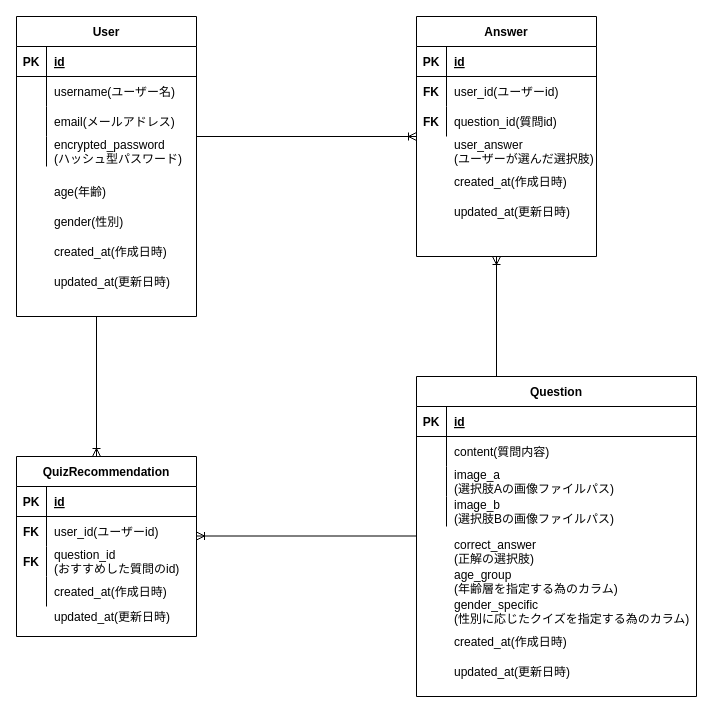
Before: ER図(本リリース版).drawio in jannah-n/graduation_exam, a draw.io diagram. Source tidied: cells renumbered, new cells numbered last; positions are measured from the earlier drawing's top-left corner, leaving out a move shared by most shapes. Both pictures are drawn from the tidied source at 100%, with x=0, y=0 at pixel (16, 16).
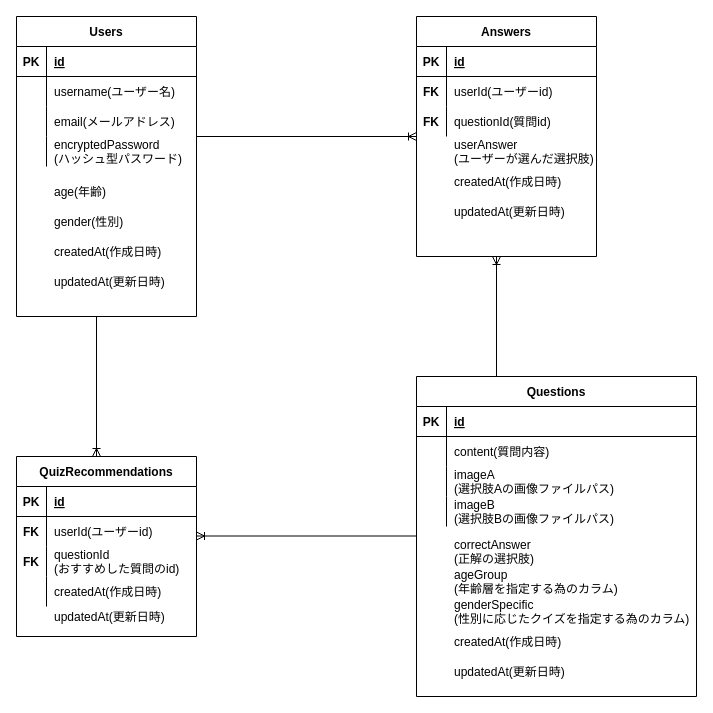
Above is the later version.

Commit message (it also covers changes not shown here):
"ER図(MVPリリース版&本リリース版)のテーブル名を複数形のキャメルケースに統一し変更" "ER図(MVPリリース版&本リリース版)のカラム名をキャメルケースに統一" "README.mdに掲載していたER図(MVPリリース版&本リリース版)の画像を差し替え" "README.mdに掲載していたアプリ利用のイメージ図で余分な画像があった為、削除"

Unchanged cells that the change refers to:
```xml
<mxCell id="2" style="group;" parent="1" vertex="1">
  <mxGeometry x="400" width="180" height="240" as="geometry" />
</mxCell>
<mxCell id="7" style="shape=tableRow;horizontal=0;startSize=0;swimlaneHead=0;swimlaneBody=0;fillColor=none;top=0;left=0;right=0;bottom=0;" parent="3" vertex="1">
  <mxGeometry y="60" width="180" height="30" as="geometry" />
</mxCell>
<mxCell id="10" style="shape=tableRow;horizontal=0;startSize=0;swimlaneHead=0;swimlaneBody=0;fillColor=none;top=0;left=0;right=0;bottom=0;" parent="3" vertex="1">
  <mxGeometry y="90" width="180" height="30" as="geometry" />
</mxCell>
<mxCell id="18" style="group;" parent="1" vertex="1">
  <mxGeometry width="180" height="300" as="geometry" />
</mxCell>
<mxCell id="29" style="shape=tableRow;horizontal=0;startSize=0;swimlaneHead=0;swimlaneBody=0;fillColor=none;top=0;left=0;right=0;bottom=0;" parent="19" vertex="1">
  <mxGeometry y="120" width="180" height="30" as="geometry" />
</mxCell>
<mxCell id="36" style="group;" parent="1" vertex="1">
  <mxGeometry x="400" y="360" width="280" height="320" as="geometry" />
</mxCell>
<mxCell id="44" style="shape=tableRow;horizontal=0;startSize=0;swimlaneHead=0;swimlaneBody=0;fillColor=none;top=0;left=0;right=0;bottom=0;" parent="37" vertex="1">
  <mxGeometry y="90" width="280" height="30" as="geometry" />
</mxCell>
<mxCell id="47" style="shape=tableRow;horizontal=0;startSize=0;swimlaneHead=0;swimlaneBody=0;fillColor=none;top=0;left=0;right=0;bottom=0;" parent="37" vertex="1">
  <mxGeometry y="120" width="280" height="30" as="geometry" />
</mxCell>
<mxCell id="56" style="group;" parent="55" vertex="1">
  <mxGeometry width="180" height="180" as="geometry" />
</mxCell>
<mxCell id="61" style="shape=tableRow;horizontal=0;startSize=0;swimlaneHead=0;swimlaneBody=0;fillColor=none;top=0;left=0;right=0;bottom=0;" parent="57" vertex="1">
  <mxGeometry y="60" width="180" height="30" as="geometry" />
</mxCell>
<mxCell id="64" style="shape=tableRow;horizontal=0;startSize=0;swimlaneHead=0;swimlaneBody=0;fillColor=none;top=0;left=0;right=0;bottom=0;" parent="57" vertex="1">
  <mxGeometry y="90" width="180" height="30" as="geometry" />
</mxCell>
<mxCell id="67" style="shape=tableRow;horizontal=0;startSize=0;swimlaneHead=0;swimlaneBody=0;fillColor=none;top=0;left=0;right=0;bottom=0;" parent="57" vertex="1">
  <mxGeometry y="120" width="180" height="30" as="geometry" />
</mxCell>
```

Diff of the diagram source:
```diff
@@
-    <mxCell id="3" value="Answer" style="shape=table;startSize=30;childLayout=tableLayout;rowLines=0;fontStyle=1;align=center;" parent="2" vertex="1">
+    <mxCell id="3" value="Answers" style="shape=table;startSize=30;childLayout=tableLayout;rowLines=0;fontStyle=1;align=center;" parent="2" vertex="1">
       <mxGeometry width="180" height="240" as="geometry" />
     </mxCell>
@@
-    <mxCell id="9" value="user_id(ユーザーid)" style="shape=partialRectangle;fillColor=none;top=0;left=0;bottom=0;right=0;align=left;spacingLeft=6;overflow=hidden;" parent="7" vertex="1">
+    <mxCell id="9" value="userId(ユーザーid)" style="shape=partialRectangle;fillColor=none;top=0;left=0;bottom=0;right=0;align=left;spacingLeft=6;overflow=hidden;" parent="7" vertex="1">
       <mxGeometry x="30" width="150" height="30" as="geometry" />
     </mxCell>
@@
-    <mxCell id="12" value="question_id(質問id)" style="shape=partialRectangle;fillColor=none;top=0;left=0;bottom=0;right=0;align=left;spacingLeft=6;overflow=hidden;" parent="10" vertex="1">
+    <mxCell id="12" value="questionId(質問id)" style="shape=partialRectangle;fillColor=none;top=0;left=0;bottom=0;right=0;align=left;spacingLeft=6;overflow=hidden;" parent="10" vertex="1">
       <mxGeometry x="30" width="150" height="30" as="geometry" />
     </mxCell>
-    <mxCell id="13" value="created_at(作成日時)" style="shape=partialRectangle;fillColor=none;top=0;left=0;bottom=0;right=0;align=left;spacingLeft=6;overflow=hidden;" parent="2" vertex="1">
+    <mxCell id="13" value="createdAt(作成日時)" style="shape=partialRectangle;fillColor=none;top=0;left=0;bottom=0;right=0;align=left;spacingLeft=6;overflow=hidden;" parent="2" vertex="1">
       <mxGeometry x="30" y="150" width="150" height="30" as="geometry" />
     </mxCell>
-    <mxCell id="14" value="updated_at(更新日時)" style="shape=partialRectangle;fillColor=none;top=0;left=0;bottom=0;right=0;align=left;spacingLeft=6;overflow=hidden;" parent="2" vertex="1">
+    <mxCell id="14" value="updatedAt(更新日時)" style="shape=partialRectangle;fillColor=none;top=0;left=0;bottom=0;right=0;align=left;spacingLeft=6;overflow=hidden;" parent="2" vertex="1">
       <mxGeometry x="30" y="180" width="150" height="30" as="geometry" />
     </mxCell>
-    <mxCell id="15" value="user_answer&#10;(ユーザーが選んだ選択肢)" style="shape=partialRectangle;fillColor=none;top=0;left=0;bottom=0;right=0;align=left;spacingLeft=6;overflow=hidden;" parent="2" vertex="1">
+    <mxCell id="15" value="userAnswer&#10;(ユーザーが選んだ選択肢)" style="shape=partialRectangle;fillColor=none;top=0;left=0;bottom=0;right=0;align=left;spacingLeft=6;overflow=hidden;" parent="2" vertex="1">
       <mxGeometry x="30" y="120" width="150" height="30" as="geometry" />
     </mxCell>
@@
-    <mxCell id="19" value="User" style="shape=table;startSize=30;childLayout=tableLayout;rowLines=0;fontStyle=1;align=center;" parent="18" vertex="1">
+    <mxCell id="19" value="Users" style="shape=table;startSize=30;childLayout=tableLayout;rowLines=0;fontStyle=1;align=center;" parent="18" vertex="1">
       <mxGeometry width="180" height="300" as="geometry" />
     </mxCell>
@@
-    <mxCell id="31" value="encrypted_password&#10;(ハッシュ型パスワード)" style="shape=partialRectangle;fillColor=none;top=0;left=0;bottom=0;right=0;align=left;spacingLeft=6;overflow=hidden;" parent="29" vertex="1">
+    <mxCell id="31" value="encryptedPassword&#10;(ハッシュ型パスワード)" style="shape=partialRectangle;fillColor=none;top=0;left=0;bottom=0;right=0;align=left;spacingLeft=6;overflow=hidden;" parent="29" vertex="1">
       <mxGeometry x="30" width="150" height="30" as="geometry" />
     </mxCell>
@@
-    <mxCell id="34" value="created_at(作成日時)" style="shape=partialRectangle;fillColor=none;top=0;left=0;bottom=0;right=0;align=left;spacingLeft=6;overflow=hidden;" parent="18" vertex="1">
+    <mxCell id="34" value="createdAt(作成日時)" style="shape=partialRectangle;fillColor=none;top=0;left=0;bottom=0;right=0;align=left;spacingLeft=6;overflow=hidden;" parent="18" vertex="1">
       <mxGeometry x="30" y="220" width="150" height="30" as="geometry" />
     </mxCell>
-    <mxCell id="35" value="updated_at(更新日時)" style="shape=partialRectangle;fillColor=none;top=0;left=0;bottom=0;right=0;align=left;spacingLeft=6;overflow=hidden;" parent="18" vertex="1">
+    <mxCell id="35" value="updatedAt(更新日時)" style="shape=partialRectangle;fillColor=none;top=0;left=0;bottom=0;right=0;align=left;spacingLeft=6;overflow=hidden;" parent="18" vertex="1">
       <mxGeometry x="30" y="250" width="150" height="30" as="geometry" />
     </mxCell>
@@
-    <mxCell id="37" value="Question" style="shape=table;startSize=30;childLayout=tableLayout;rowLines=0;fontStyle=1;align=center;" parent="36" vertex="1">
+    <mxCell id="37" value="Questions" style="shape=table;startSize=30;childLayout=tableLayout;rowLines=0;fontStyle=1;align=center;" parent="36" vertex="1">
       <mxGeometry width="280" height="320" as="geometry" />
     </mxCell>
@@
-    <mxCell id="46" value="image_a&#10;(選択肢Aの画像ファイルパス)" style="shape=partialRectangle;fillColor=none;top=0;left=0;bottom=0;right=0;align=left;spacingLeft=6;overflow=hidden;" parent="44" vertex="1">
+    <mxCell id="46" value="imageA&#10;(選択肢Aの画像ファイルパス)" style="shape=partialRectangle;fillColor=none;top=0;left=0;bottom=0;right=0;align=left;spacingLeft=6;overflow=hidden;" parent="44" vertex="1">
       <mxGeometry x="30" width="250" height="30" as="geometry" />
     </mxCell>
@@
-    <mxCell id="49" value="image_b&#10;(選択肢Bの画像ファイルパス)" style="shape=partialRectangle;fillColor=none;top=0;left=0;bottom=0;right=0;align=left;spacingLeft=6;overflow=hidden;" parent="47" vertex="1">
+    <mxCell id="49" value="imageB&#10;(選択肢Bの画像ファイルパス)" style="shape=partialRectangle;fillColor=none;top=0;left=0;bottom=0;right=0;align=left;spacingLeft=6;overflow=hidden;" parent="47" vertex="1">
       <mxGeometry x="30" width="250" height="30" as="geometry" />
     </mxCell>
-    <mxCell id="50" value="created_at(作成日時)" style="shape=partialRectangle;fillColor=none;top=0;left=0;bottom=0;right=0;align=left;spacingLeft=6;overflow=hidden;" parent="36" vertex="1">
+    <mxCell id="50" value="createdAt(作成日時)" style="shape=partialRectangle;fillColor=none;top=0;left=0;bottom=0;right=0;align=left;spacingLeft=6;overflow=hidden;" parent="36" vertex="1">
       <mxGeometry x="30" y="250" width="170" height="30" as="geometry" />
     </mxCell>
-    <mxCell id="51" value="updated_at(更新日時)" style="shape=partialRectangle;fillColor=none;top=0;left=0;bottom=0;right=0;align=left;spacingLeft=6;overflow=hidden;" parent="36" vertex="1">
+    <mxCell id="51" value="updatedAt(更新日時)" style="shape=partialRectangle;fillColor=none;top=0;left=0;bottom=0;right=0;align=left;spacingLeft=6;overflow=hidden;" parent="36" vertex="1">
       <mxGeometry x="30" y="280" width="170" height="30" as="geometry" />
     </mxCell>
-    <mxCell id="52" value="correct_answer&#10;(正解の選択肢)" style="shape=partialRectangle;fillColor=none;top=0;left=0;bottom=0;right=0;align=left;spacingLeft=6;overflow=hidden;" parent="36" vertex="1">
+    <mxCell id="52" value="correctAnswer&#10;(正解の選択肢)" style="shape=partialRectangle;fillColor=none;top=0;left=0;bottom=0;right=0;align=left;spacingLeft=6;overflow=hidden;" parent="36" vertex="1">
       <mxGeometry x="30" y="160" width="170" height="30" as="geometry" />
     </mxCell>
-    <mxCell id="53" value="age_group&#10;(年齢層を指定する為のカラム)" style="shape=partialRectangle;fillColor=none;top=0;left=0;bottom=0;right=0;align=left;spacingLeft=6;overflow=hidden;" parent="36" vertex="1">
+    <mxCell id="53" value="ageGroup&#10;(年齢層を指定する為のカラム)" style="shape=partialRectangle;fillColor=none;top=0;left=0;bottom=0;right=0;align=left;spacingLeft=6;overflow=hidden;" parent="36" vertex="1">
       <mxGeometry x="30" y="190" width="180" height="30" as="geometry" />
     </mxCell>
-    <mxCell id="54" value="gender_specific&#10;(性別に応じたクイズを指定する為のカラム)" style="shape=partialRectangle;fillColor=none;top=0;left=0;bottom=0;right=0;align=left;spacingLeft=6;overflow=hidden;" parent="36" vertex="1">
+    <mxCell id="54" value="genderSpecific&#10;(性別に応じたクイズを指定する為のカラム)" style="shape=partialRectangle;fillColor=none;top=0;left=0;bottom=0;right=0;align=left;spacingLeft=6;overflow=hidden;" parent="36" vertex="1">
       <mxGeometry x="30" y="220" width="250" height="30" as="geometry" />
     </mxCell>
@@
-    <mxCell id="57" value="QuizRecommendation" style="shape=table;startSize=30;childLayout=tableLayout;rowLines=0;fontStyle=1;align=center;" parent="56" vertex="1">
+    <mxCell id="57" value="QuizRecommendations" style="shape=table;startSize=30;childLayout=tableLayout;rowLines=0;fontStyle=1;align=center;" parent="56" vertex="1">
       <mxGeometry width="180" height="180" as="geometry" />
     </mxCell>
@@
-    <mxCell id="63" value="user_id(ユーザーid)" style="shape=partialRectangle;fillColor=none;top=0;left=0;bottom=0;right=0;align=left;spacingLeft=6;overflow=hidden;" parent="61" vertex="1">
+    <mxCell id="63" value="userId(ユーザーid)" style="shape=partialRectangle;fillColor=none;top=0;left=0;bottom=0;right=0;align=left;spacingLeft=6;overflow=hidden;" parent="61" vertex="1">
       <mxGeometry x="30" width="150" height="30" as="geometry" />
     </mxCell>
@@
-    <mxCell id="66" value="question_id&#10;(おすすめした質問のid)" style="shape=partialRectangle;fillColor=none;top=0;left=0;bottom=0;right=0;align=left;spacingLeft=6;overflow=hidden;" parent="64" vertex="1">
+    <mxCell id="66" value="questionId&#10;(おすすめした質問のid)" style="shape=partialRectangle;fillColor=none;top=0;left=0;bottom=0;right=0;align=left;spacingLeft=6;overflow=hidden;" parent="64" vertex="1">
       <mxGeometry x="30" width="150" height="30" as="geometry" />
     </mxCell>
@@
-    <mxCell id="69" value="created_at(作成日時)" style="shape=partialRectangle;fillColor=none;top=0;left=0;bottom=0;right=0;align=left;spacingLeft=6;overflow=hidden;" parent="67" vertex="1">
+    <mxCell id="69" value="createdAt(作成日時)" style="shape=partialRectangle;fillColor=none;top=0;left=0;bottom=0;right=0;align=left;spacingLeft=6;overflow=hidden;" parent="67" vertex="1">
       <mxGeometry x="30" width="150" height="30" as="geometry" />
     </mxCell>
-    <mxCell id="70" value="updated_at(更新日時)" style="shape=partialRectangle;fillColor=none;top=0;left=0;bottom=0;right=0;align=left;spacingLeft=6;overflow=hidden;" parent="56" vertex="1">
+    <mxCell id="70" value="updatedAt(更新日時)" style="shape=partialRectangle;fillColor=none;top=0;left=0;bottom=0;right=0;align=left;spacingLeft=6;overflow=hidden;" parent="56" vertex="1">
       <mxGeometry x="30" y="145" width="150" height="30" as="geometry" />
     </mxCell>
```
